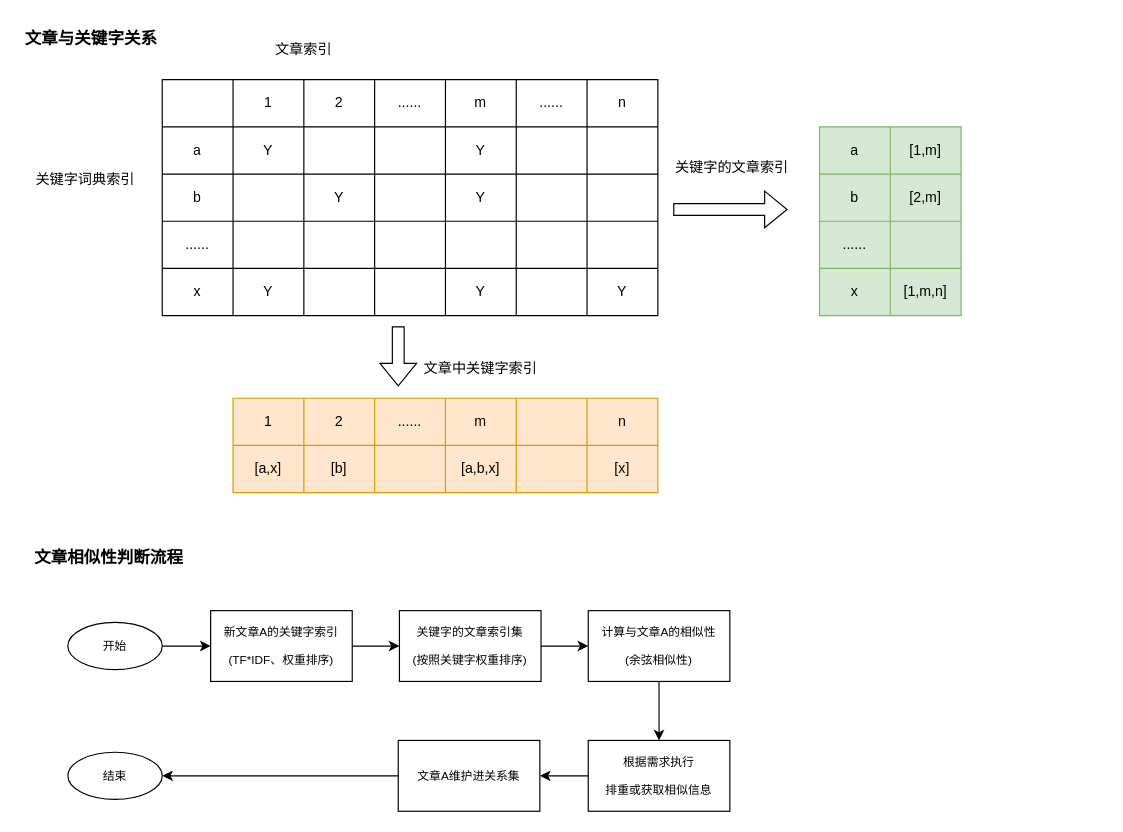
The draw.io diagram Untitled Diagram.drawio in chlInGithub/diagrams, before the edit. Source tidied: cells renumbered, new cells numbered last; positions are measured from the earlier drawing's top-left corner, leaving out a move shared by most shapes. Both pictures are drawn from the tidied source at 118%, with x=0, y=0 at pixel (20, 20).
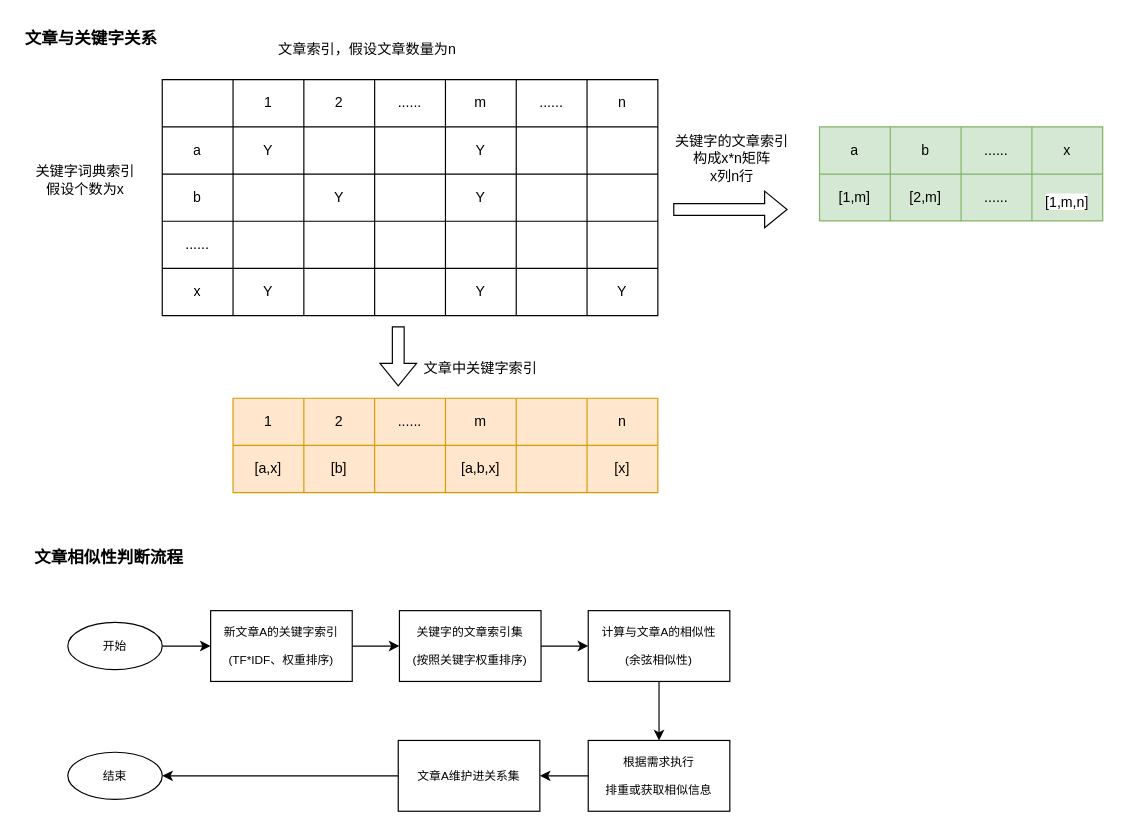
The same page after the edit.

Commit message:
更新文本相似性解决思路.drawio

The edit, as a diff of the source:
```diff
@@
-    <mxCell id="43" value="文章索引" style="text;html=1;strokeColor=none;fillColor=none;align=center;verticalAlign=middle;whiteSpace=wrap;rounded=0;" parent="1" vertex="1">
-      <mxGeometry x="210" y="10" width="60" height="30" as="geometry" />
+    <mxCell id="43" value="文章索引，假设文章数量为n" style="text;html=1;strokeColor=none;fillColor=none;align=center;verticalAlign=middle;whiteSpace=wrap;rounded=0;" parent="1" vertex="1">
+      <mxGeometry x="210" y="10" width="168" height="30" as="geometry" />
     </mxCell>
-    <mxCell id="44" value="关键字词典索引" style="text;html=1;strokeColor=none;fillColor=none;align=center;verticalAlign=middle;whiteSpace=wrap;rounded=0;" parent="1" vertex="1">
+    <mxCell id="44" value="关键字词典索引&lt;br&gt;假设个数为x" style="text;html=1;strokeColor=none;fillColor=none;align=center;verticalAlign=middle;whiteSpace=wrap;rounded=0;" parent="1" vertex="1">
       <mxGeometry x="10" y="120" width="90" height="30" as="geometry" />
     </mxCell>
-    <mxCell id="45" style="shape=table;startSize=0;childLayout=tableLayout;fillColor=#d5e8d4;strokeColor=#82b366;" parent="1" vertex="1">
-      <mxGeometry x="677" y="90" width="120" height="160" as="geometry" />
+    <mxCell id="45" style="shape=table;startSize=0;childLayout=tableLayout;fillColor=#d5e8d4;strokeColor=#82b366;direction=west;flipV=0;" parent="1" vertex="1">
+      <mxGeometry x="677" y="90" width="240" height="79.7" as="geometry" />
     </mxCell>
     <mxCell id="46" style="shape=tableRow;horizontal=0;startSize=0;swimlaneHead=0;swimlaneBody=0;top=0;left=0;bottom=0;right=0;fillColor=none;" parent="45" vertex="1">
-      <mxGeometry width="120" height="40" as="geometry" />
+      <mxGeometry width="240" height="40" as="geometry" />
     </mxCell>
@@
-    <mxCell id="48" value="[1,m]" style="shape=partialRectangle;html=1;whiteSpace=wrap;overflow=hidden;fillColor=none;top=0;left=0;bottom=0;right=0;" parent="46" vertex="1">
+    <mxCell id="48" value="b" style="shape=partialRectangle;html=1;whiteSpace=wrap;overflow=hidden;fillColor=none;top=0;left=0;bottom=0;right=0;" parent="46" vertex="1">
       <mxGeometry x="60" width="60" height="40" as="geometry" />
     </mxCell>
+    <mxCell id="92" value="......" style="shape=partialRectangle;html=1;whiteSpace=wrap;overflow=hidden;fillColor=none;top=0;left=0;bottom=0;right=0;" parent="46" vertex="1">
+      <mxGeometry x="120" width="60" height="40" as="geometry" />
+    </mxCell>
+    <mxCell id="56" value="x" style="shape=partialRectangle;html=1;whiteSpace=wrap;overflow=hidden;fillColor=none;top=0;left=0;bottom=0;right=0;" parent="46" vertex="1">
+      <mxGeometry x="180" width="60" height="40" as="geometry" />
+    </mxCell>
     <mxCell id="49" style="shape=tableRow;horizontal=0;startSize=0;swimlaneHead=0;swimlaneBody=0;top=0;left=0;bottom=0;right=0;fillColor=none;" parent="45" vertex="1">
-      <mxGeometry y="40" width="120" height="40" as="geometry" />
+      <mxGeometry y="40" width="240" height="40" as="geometry" />
     </mxCell>
-    <mxCell id="50" value="b" style="shape=partialRectangle;html=1;whiteSpace=wrap;overflow=hidden;fillColor=none;top=0;left=0;bottom=0;right=0;" parent="49" vertex="1">
+    <mxCell id="50" value="[1,m]" style="shape=partialRectangle;html=1;whiteSpace=wrap;overflow=hidden;fillColor=none;top=0;left=0;bottom=0;right=0;" parent="49" vertex="1">
       <mxGeometry width="60" height="40" as="geometry" />
     </mxCell>
@@
-    <mxCell id="52" style="shape=tableRow;horizontal=0;startSize=0;swimlaneHead=0;swimlaneBody=0;top=0;left=0;bottom=0;right=0;fillColor=none;" parent="45" vertex="1">
-      <mxGeometry y="80" width="120" height="40" as="geometry" />
-    </mxCell>
-    <mxCell id="53" value="......" style="shape=partialRectangle;html=1;whiteSpace=wrap;overflow=hidden;fillColor=none;top=0;left=0;bottom=0;right=0;" parent="52" vertex="1">
-      <mxGeometry width="60" height="40" as="geometry" />
-    </mxCell>
-    <mxCell id="54" style="shape=partialRectangle;html=1;whiteSpace=wrap;overflow=hidden;fillColor=none;top=0;left=0;bottom=0;right=0;" parent="52" vertex="1">
-      <mxGeometry x="60" width="60" height="40" as="geometry" />
-    </mxCell>
-    <mxCell id="55" style="shape=tableRow;horizontal=0;startSize=0;swimlaneHead=0;swimlaneBody=0;top=0;left=0;bottom=0;right=0;fillColor=none;" parent="45" vertex="1">
-      <mxGeometry y="120" width="120" height="40" as="geometry" />
-    </mxCell>
-    <mxCell id="56" value="x" style="shape=partialRectangle;html=1;whiteSpace=wrap;overflow=hidden;fillColor=none;top=0;left=0;bottom=0;right=0;" parent="55" vertex="1">
-      <mxGeometry width="60" height="40" as="geometry" />
-    </mxCell>
+    <mxCell id="93" value="......" style="shape=partialRectangle;html=1;whiteSpace=wrap;overflow=hidden;fillColor=none;top=0;left=0;bottom=0;right=0;" parent="49" vertex="1">
+      <mxGeometry x="120" width="60" height="40" as="geometry" />
+    </mxCell>
-    <mxCell id="57" value="[1,m,n]" style="shape=partialRectangle;html=1;whiteSpace=wrap;overflow=hidden;fillColor=none;top=0;left=0;bottom=0;right=0;" parent="55" vertex="1">
-      <mxGeometry x="60" width="60" height="40" as="geometry" />
+    <mxCell id="57" value="&#10;&lt;span style=&quot;color: rgb(0, 0, 0); font-family: Helvetica; font-size: 12px; font-style: normal; font-variant-ligatures: normal; font-variant-caps: normal; font-weight: 400; letter-spacing: normal; orphans: 2; text-align: center; text-indent: 0px; text-transform: none; widows: 2; word-spacing: 0px; -webkit-text-stroke-width: 0px; background-color: rgb(255, 255, 255); text-decoration-thickness: initial; text-decoration-style: initial; text-decoration-color: initial; float: none; display: inline !important;&quot;&gt;[1,m,n]&lt;/span&gt;&#10;&#10;" style="shape=partialRectangle;html=1;whiteSpace=wrap;overflow=hidden;fillColor=none;top=0;left=0;bottom=0;right=0;" parent="49" vertex="1">
+      <mxGeometry x="180" width="60" height="40" as="geometry" />
     </mxCell>
@@
-    <mxCell id="59" value="关键字的文章索引" style="text;html=1;strokeColor=none;fillColor=none;align=center;verticalAlign=middle;whiteSpace=wrap;rounded=0;" parent="1" vertex="1">
-      <mxGeometry x="553" y="110" width="100" height="30" as="geometry" />
+    <mxCell id="59" value="关键字的文章索引&lt;br&gt;构成x*n矩阵&lt;br&gt;x列n行" style="text;html=1;strokeColor=none;fillColor=none;align=center;verticalAlign=middle;whiteSpace=wrap;rounded=0;" parent="1" vertex="1">
+      <mxGeometry x="553" y="94" width="100" height="46" as="geometry" />
     </mxCell>
```
